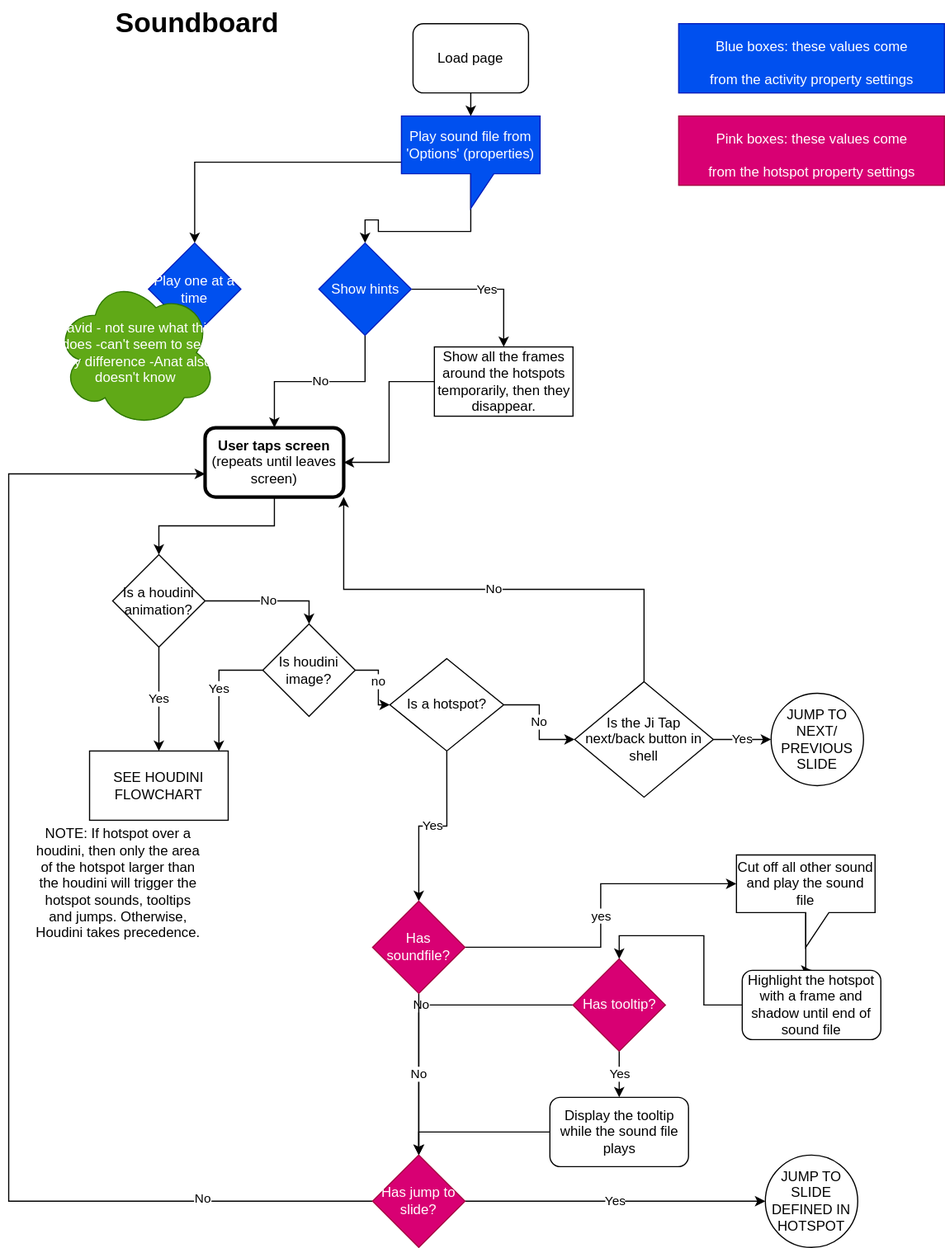
Before: legacy-player/soundboard.drawio.svg, a diagram exported from draw.io (ji-devs/ji-cloud-flowcharts). Source tidied: cells renumbered, new cells last; positions are measured from the earlier drawing's top-left corner, leaving out a move shared by most shapes.
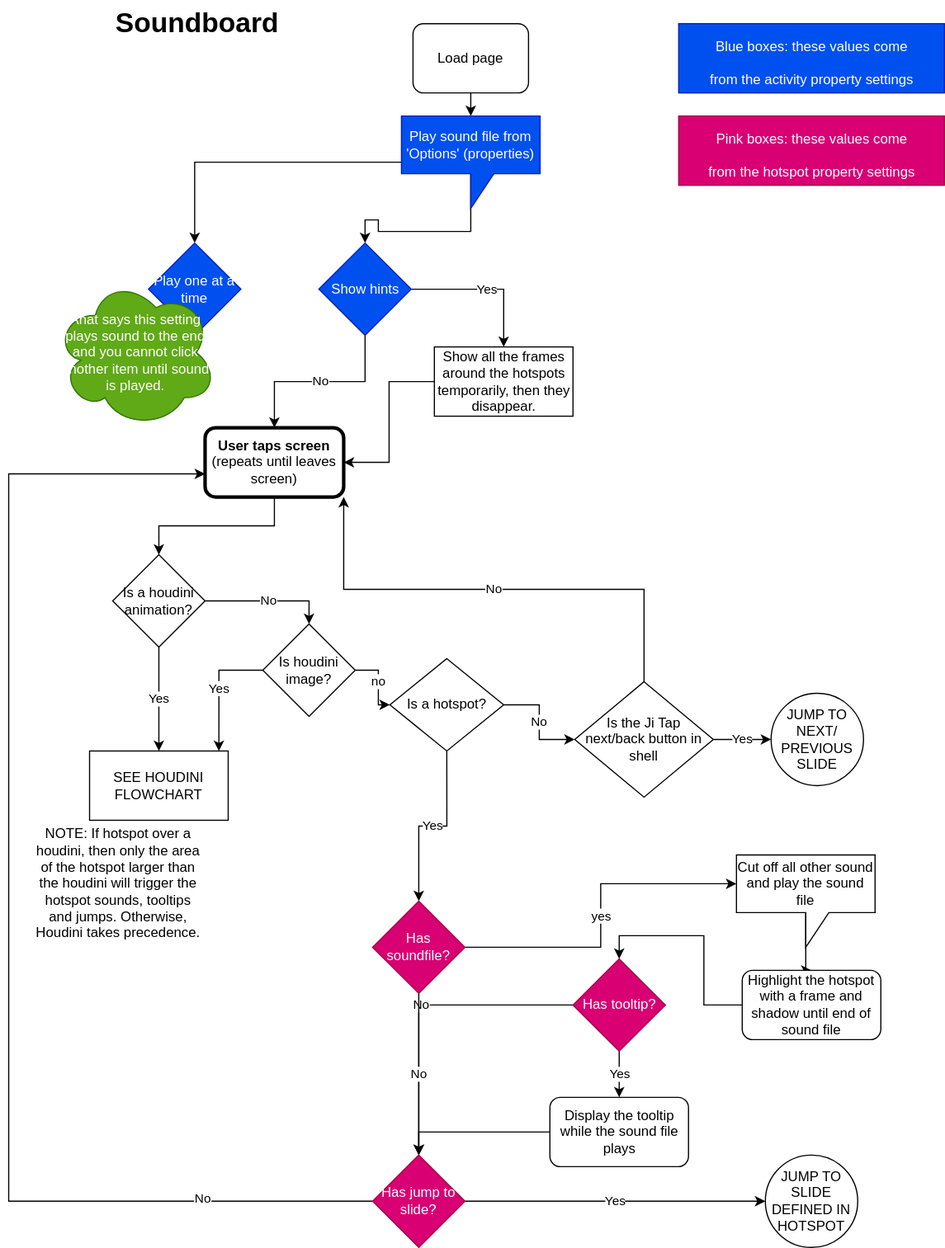
Above is the later version.

Commit message:
updated video and soundboard flows

What changed in the source:
```diff
@@ -157,7 +157,7 @@
     <mxCell id="49" value="JUMP TO NEXT/ PREVIOUS SLIDE&amp;nbsp;" style="ellipse;whiteSpace=wrap;html=1;" parent="1" vertex="1">
       <mxGeometry x="660" y="600" width="80" height="80" as="geometry" />
     </mxCell>
-    <mxCell id="50" value="David - not sure what this does -can't seem to see any difference -Anat also doesn't know" style="ellipse;shape=cloud;whiteSpace=wrap;html=1;strokeWidth=1;fillColor=#60a917;strokeColor=#2D7600;fontColor=#ffffff;" parent="1" vertex="1">
+    <mxCell id="50" value="Anat says this setting plays sound to the end and you cannot click another item until sound is played." style="ellipse;shape=cloud;whiteSpace=wrap;html=1;strokeWidth=1;fillColor=#60a917;strokeColor=#2D7600;fontColor=#ffffff;" parent="1" vertex="1">
       <mxGeometry x="40" y="240" width="140" height="130" as="geometry" />
     </mxCell>
   </root>
```
